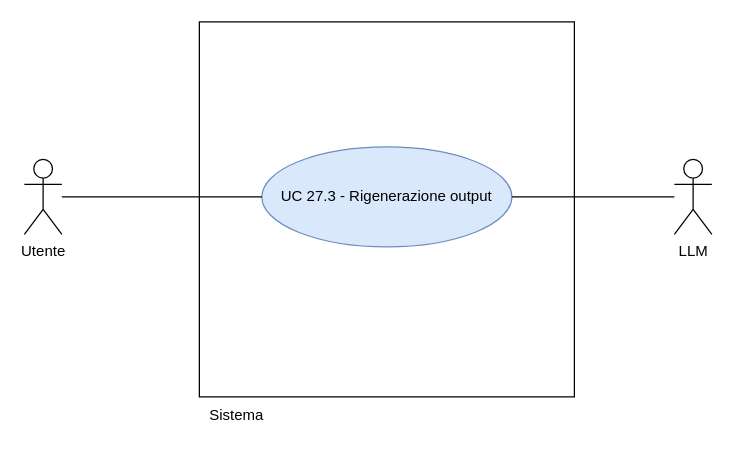
This is RTB/doc_esterna/analisi-dei-requisiti/assets/draw.io/UC27.3.drawio from thebitless-group-swe/thebitless.github.io, a draw.io file, before an edit. Source tidied: cells renumbered, new cells numbered last; positions are measured from the earlier drawing's top-left corner, leaving out a move shared by most shapes. Both pictures are drawn from the tidied source at 125%, with x=0, y=0 at pixel (24, 21).
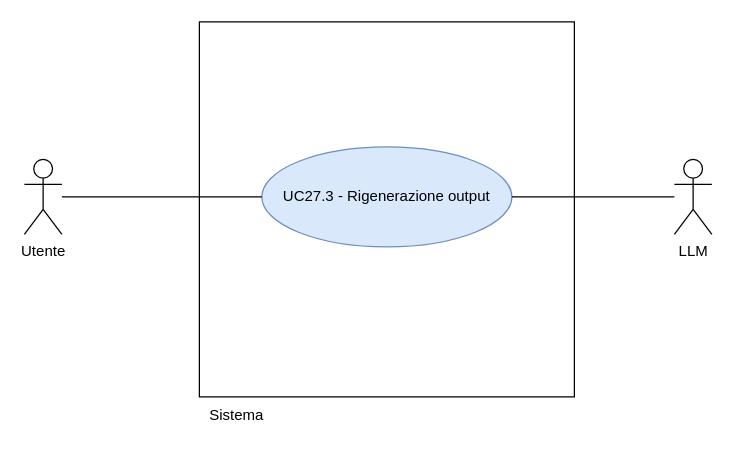
After the change.

Change to the diagram source:
```diff
@@
 <mxGraphModel>
   <root>
     <mxCell id="0" />
     <mxCell id="1" parent="0" />
     <mxCell id="2" style="whiteSpace=wrap;html=1;" parent="1" vertex="1">
       <mxGeometry x="140" width="300" height="300" as="geometry" />
     </mxCell>
     <mxCell id="3" value="Sistema" style="text;html=1;whiteSpace=wrap;strokeColor=none;fillColor=none;align=center;verticalAlign=middle;rounded=0;" parent="1" vertex="1">
       <mxGeometry x="140" y="300" width="60" height="30" as="geometry" />
     </mxCell>
     <mxCell id="4" value="Utente" style="shape=umlActor;verticalLabelPosition=bottom;verticalAlign=top;html=1;outlineConnect=0;" parent="1" vertex="1">
       <mxGeometry y="110" width="30" height="60" as="geometry" />
     </mxCell>
     <mxCell id="5" value="LLM" style="shape=umlActor;verticalLabelPosition=bottom;verticalAlign=top;html=1;outlineConnect=0;" parent="1" vertex="1">
       <mxGeometry x="520" y="110" width="30" height="60" as="geometry" />
     </mxCell>
-    <mxCell id="6" value="UC 27.3 - Rigenerazione output" style="ellipse;whiteSpace=wrap;html=1;fillColor=#dae8fc;strokeColor=#6c8ebf;" parent="1" vertex="1">
+    <mxCell id="6" value="UC27.3 - Rigenerazione output" style="ellipse;whiteSpace=wrap;html=1;fillColor=#dae8fc;strokeColor=#6c8ebf;" parent="1" vertex="1">
       <mxGeometry x="190" y="100" width="200" height="80" as="geometry" />
     </mxCell>
     <mxCell id="7" style="edgeStyle=none;rounded=0;jettySize=auto;html=1;endArrow=none;endFill=0;" parent="1" edge="1" source="4" target="6">
       <mxGeometry relative="1" as="geometry" />
     </mxCell>
     <mxCell id="8" style="edgeStyle=none;rounded=0;jettySize=auto;html=1;endArrow=none;endFill=0;" parent="1" edge="1" source="5" target="6">
       <mxGeometry relative="1" as="geometry" />
     </mxCell>
   </root>
 </mxGraphModel>
```
